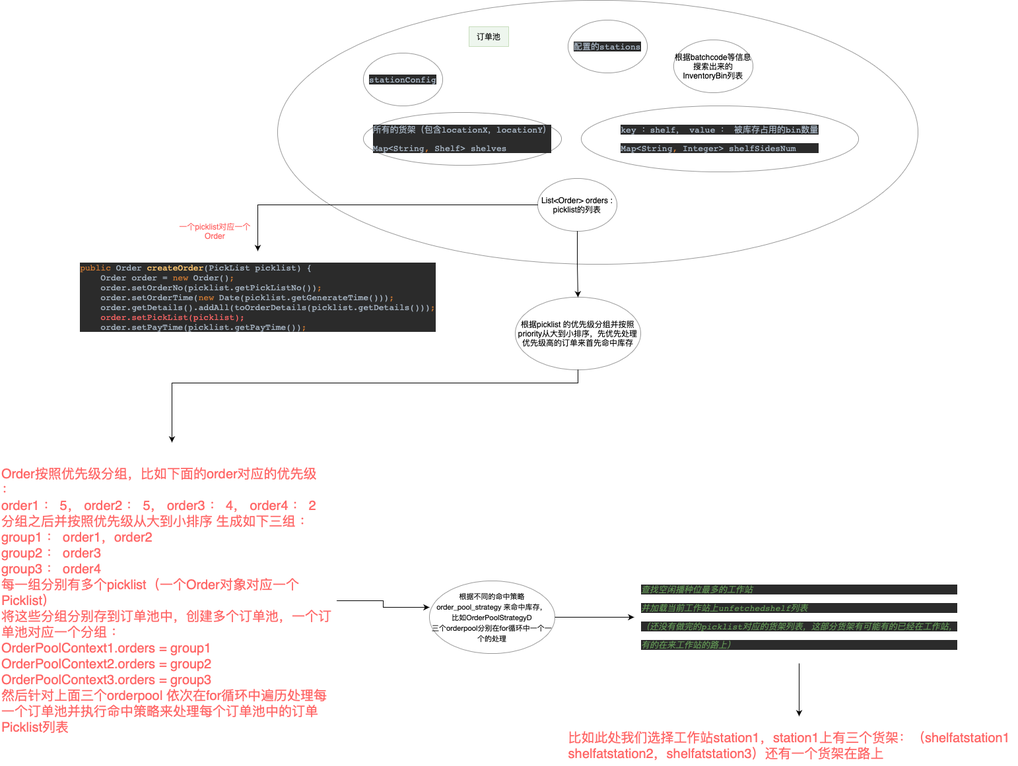
The draw.io diagram 订单池-命中库存.drawio.png in cong666/flow-chart, before a commit. Source tidied: cells renumbered, new cells last; positions are measured from the earlier drawing's top-left corner, leaving out a move shared by most shapes.
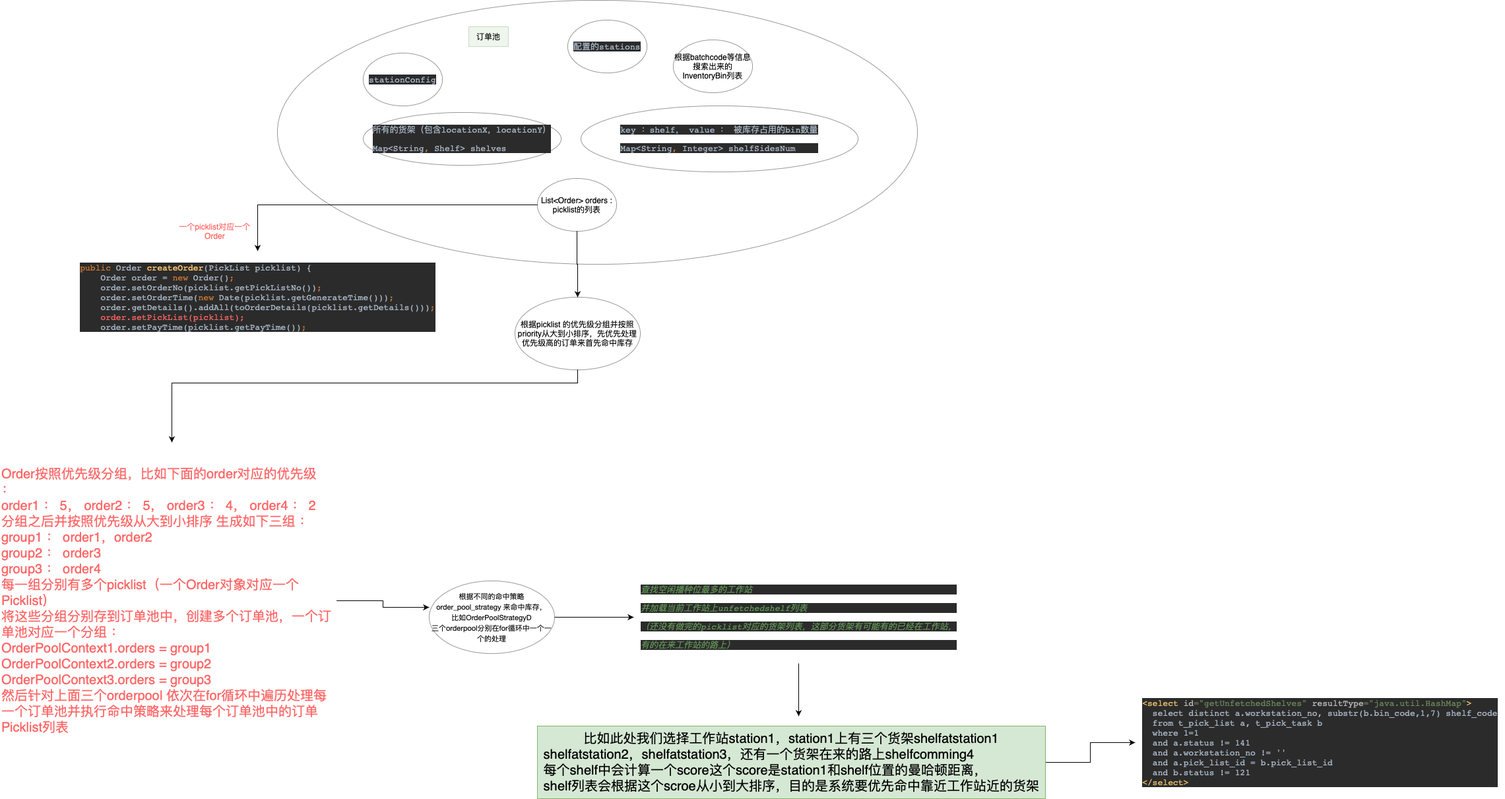
The same diagram one commit later.

Commit message:
更新订单池-命中库存.drawio.png

What changed in the source:
```diff
@@ -72,8 +72,14 @@
     <mxCell id="21" value="&lt;pre style=&quot;text-align: start; background-color: rgb(43, 43, 43); color: rgb(169, 183, 198); font-family: &amp;quot;JetBrains Mono&amp;quot;, monospace; font-size: 9.8pt;&quot;&gt;&lt;span style=&quot;color: rgb(98, 151, 85); font-style: italic;&quot;&gt;查找空闲播种位最多的工作站&lt;/span&gt;&lt;/pre&gt;&lt;pre style=&quot;caret-color: rgb(0, 0, 0); color: rgb(0, 0, 0); text-align: start; background-color: rgb(43, 43, 43); font-family: &amp;quot;JetBrains Mono&amp;quot;, monospace; font-size: 9.8pt;&quot;&gt;&lt;font color=&quot;#629755&quot;&gt;&lt;span style=&quot;caret-color: rgb(98, 151, 85);&quot;&gt;&lt;i&gt;并加载当前工作站上unfetchedshelf列表&lt;/i&gt;&lt;/span&gt;&lt;/font&gt;&lt;/pre&gt;&lt;pre style=&quot;caret-color: rgb(0, 0, 0); color: rgb(0, 0, 0); text-align: start; background-color: rgb(43, 43, 43); font-family: &amp;quot;JetBrains Mono&amp;quot;, monospace; font-size: 9.8pt;&quot;&gt;&lt;font color=&quot;#629755&quot;&gt;&lt;span style=&quot;caret-color: rgb(98, 151, 85);&quot;&gt;&lt;i&gt;（还没有做完的picklist对应的货架列表，这部分货架有可能有的已经在工作站，&lt;/i&gt;&lt;/span&gt;&lt;/font&gt;&lt;/pre&gt;&lt;pre style=&quot;caret-color: rgb(0, 0, 0); color: rgb(0, 0, 0); text-align: start; background-color: rgb(43, 43, 43); font-family: &amp;quot;JetBrains Mono&amp;quot;, monospace; font-size: 9.8pt;&quot;&gt;&lt;font color=&quot;#629755&quot;&gt;&lt;span style=&quot;caret-color: rgb(98, 151, 85);&quot;&gt;&lt;i&gt;有的在来工作站的路上）&lt;/i&gt;&lt;/span&gt;&lt;/font&gt;&lt;/pre&gt;" style="text;html=1;align=center;verticalAlign=middle;points=[];strokeColor=none;fillColor=none;fontSize=20;fontColor=#FF6666;" parent="1" vertex="1">
       <mxGeometry x="960" y="865" width="500" height="140" as="geometry" />
     </mxCell>
+    <mxCell id="23" style="edgeStyle=orthogonalEdgeStyle;rounded=0;jettySize=auto;html=1;fontSize=20;fontColor=#FF6666;" parent="1" edge="1" source="22" target="24">
+      <mxGeometry relative="1" as="geometry" />
+    </mxCell>
-    <mxCell id="22" value="比如此处我们选择工作站station1，station1上有三个货架：（shelfatstation1&lt;br&gt;&lt;div style=&quot;text-align: left;&quot;&gt;shelfatstation2，shelfatstation3）还有一个货架在路上&lt;/div&gt;" style="text;html=1;align=center;verticalAlign=middle;points=[];strokeColor=none;fillColor=none;fontSize=20;fontColor=#FF6666;" parent="1" vertex="1">
-      <mxGeometry x="850" y="1100" width="690" height="60" as="geometry" />
+    <mxCell id="22" value="比如此处我们选择工作站station1，station1上有三个货架shelfatstation1&lt;br&gt;&lt;div style=&quot;text-align: left;&quot;&gt;shelfatstation2，shelfatstation3，还有一个货架在来的路上shelfcomming4&lt;/div&gt;&lt;div style=&quot;text-align: left;&quot;&gt;每个shelf中会计算一个score这个score是station1和shelf位置的曼哈顿距离，&lt;/div&gt;&lt;div style=&quot;text-align: left;&quot;&gt;shelf列表会根据这个scroe从小到大排序，目的是系统要优先命中靠近工作站近的货架&lt;/div&gt;" style="text;html=1;align=center;verticalAlign=middle;points=[];strokeColor=#82b366;fillColor=#d5e8d4;fontSize=20;" parent="1" vertex="1">
+      <mxGeometry x="814" y="1100" width="770" height="110" as="geometry" />
     </mxCell>
+    <mxCell id="24" value="&lt;pre style=&quot;text-align: start; background-color: rgb(43, 43, 43); color: rgb(169, 183, 198); font-family: &amp;quot;JetBrains Mono&amp;quot;, monospace; font-size: 9.8pt;&quot;&gt;&lt;span style=&quot;color: rgb(232, 191, 106);&quot;&gt;&amp;lt;select &lt;/span&gt;&lt;span style=&quot;color: rgb(186, 186, 186);&quot;&gt;id&lt;/span&gt;&lt;span style=&quot;color: rgb(106, 135, 89);&quot;&gt;=&quot;getUnfetchedShelves&quot; &lt;/span&gt;&lt;span style=&quot;color: rgb(186, 186, 186);&quot;&gt;resultType&lt;/span&gt;&lt;span style=&quot;color: rgb(106, 135, 89);&quot;&gt;=&quot;java.util.HashMap&quot;&lt;/span&gt;&lt;span style=&quot;color: rgb(232, 191, 106);&quot;&gt;&amp;gt;&lt;br&gt;&lt;/span&gt;&lt;span style=&quot;color: rgb(232, 191, 106);&quot;&gt;  &lt;/span&gt;select distinct a.workstation_no, substr(b.bin_code,1,7) shelf_code&lt;br&gt;  from t_pick_list a, t_pick_task b&lt;br&gt;  where 1=1&lt;br&gt;  and a.status != 141&lt;br&gt;  and a.workstation_no != ''&lt;br&gt;  and a.pick_list_id = b.pick_list_id&lt;br&gt;  and b.status != 121&lt;br&gt;&lt;span style=&quot;color: rgb(232, 191, 106);&quot;&gt;&amp;lt;/select&amp;gt;&lt;/span&gt;&lt;/pre&gt;" style="text;html=1;align=center;verticalAlign=middle;points=[];strokeColor=none;fillColor=none;fontSize=20;fontColor=#FF6666;" parent="1" vertex="1">
+      <mxGeometry x="1720" y="1040" width="560" height="170" as="geometry" />
+    </mxCell>
   </root>
 </mxGraphModel>
```
